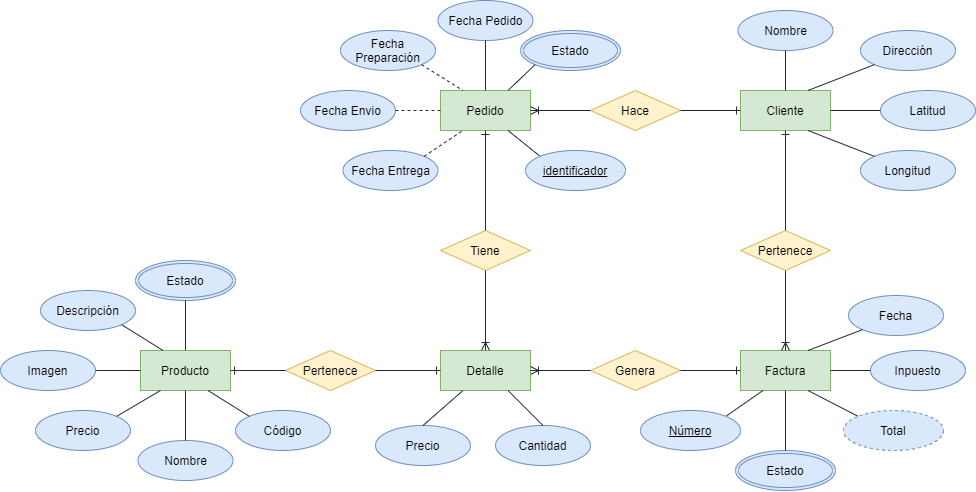
alfredo57i/ProyectoG59-03 keeps this draw.io diagram as ModeloConceptualDomicilios.drawio.png. Above is the earlier version. Source tidied: cells renumbered, new cells last; positions are measured from the earlier drawing's top-left corner, leaving out a move shared by most shapes.
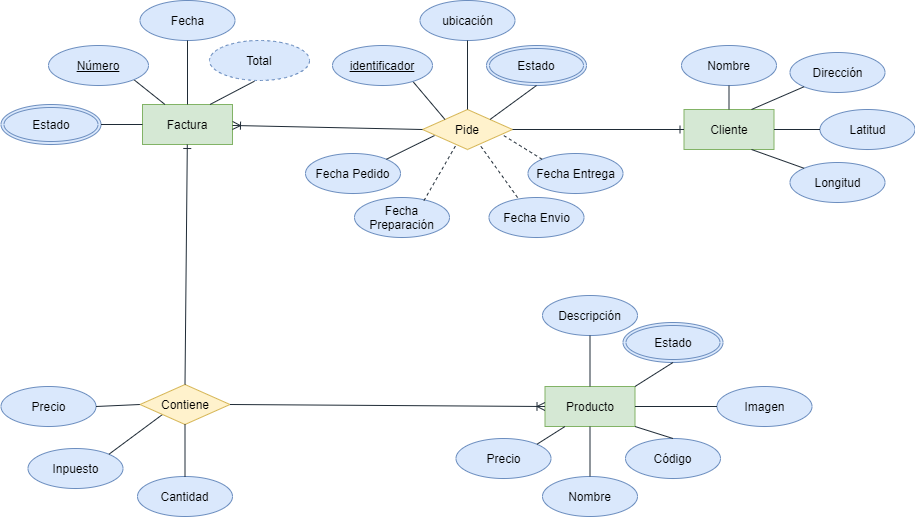
Later version of the same file.

Commit message:
Actualizacion diagrama conceputal

The edit, as a diff of the source:
```diff
@@ -5,18 +5,15 @@
     <mxCell id="2" value="Cliente" style="whiteSpace=wrap;html=1;align=center;fillColor=#d5e8d4;strokeColor=#82b366;" parent="1" vertex="1">
-      <mxGeometry x="740" y="90" width="90" height="40" as="geometry" />
+      <mxGeometry x="798.5" y="90" width="90" height="40" as="geometry" />
     </mxCell>
-    <mxCell id="3" value="Pedido" style="whiteSpace=wrap;html=1;align=center;fillColor=#d5e8d4;strokeColor=#82b366;" parent="1" vertex="1">
-      <mxGeometry x="440" y="90" width="90" height="40" as="geometry" />
-    </mxCell>
     <mxCell id="4" value="Nombre" style="ellipse;whiteSpace=wrap;html=1;align=center;fillColor=#dae8fc;strokeColor=#6c8ebf;" parent="1" vertex="1">
-      <mxGeometry x="737.5" y="10" width="95" height="40" as="geometry" />
+      <mxGeometry x="796" y="26" width="95" height="40" as="geometry" />
     </mxCell>
     <mxCell id="5" value="Dirección" style="ellipse;whiteSpace=wrap;html=1;align=center;fillColor=#dae8fc;strokeColor=#6c8ebf;" parent="1" vertex="1">
-      <mxGeometry x="860" y="30" width="95" height="40" as="geometry" />
+      <mxGeometry x="904.5" y="33" width="95" height="40" as="geometry" />
     </mxCell>
     <mxCell id="6" value="Latitud" style="ellipse;whiteSpace=wrap;html=1;align=center;fillColor=#dae8fc;strokeColor=#6c8ebf;" parent="1" vertex="1">
-      <mxGeometry x="880" y="90" width="95" height="40" as="geometry" />
+      <mxGeometry x="934.5" y="90" width="95" height="40" as="geometry" />
     </mxCell>
     <mxCell id="7" value="Longitud" style="ellipse;whiteSpace=wrap;html=1;align=center;fillColor=#dae8fc;strokeColor=#6c8ebf;" parent="1" vertex="1">
-      <mxGeometry x="860" y="150" width="95" height="40" as="geometry" />
+      <mxGeometry x="904.5" y="143" width="95" height="40" as="geometry" />
     </mxCell>
@@ -34,30 +31,27 @@
     </mxCell>
-    <mxCell id="12" value="Hace" style="shape=rhombus;perimeter=rhombusPerimeter;whiteSpace=wrap;html=1;align=center;fillColor=#fff2cc;strokeColor=#d6b656;" parent="1" vertex="1">
-      <mxGeometry x="590" y="90" width="90" height="40" as="geometry" />
+    <mxCell id="12" value="Pide" style="shape=rhombus;perimeter=rhombusPerimeter;whiteSpace=wrap;html=1;align=center;fillColor=#fff2cc;strokeColor=#d6b656;" parent="1" vertex="1">
+      <mxGeometry x="537" y="90" width="90" height="40" as="geometry" />
     </mxCell>
     <mxCell id="13" value="Factura" style="whiteSpace=wrap;html=1;align=center;fillColor=#d5e8d4;strokeColor=#82b366;" parent="1" vertex="1">
-      <mxGeometry x="740" y="350" width="90" height="40" as="geometry" />
+      <mxGeometry x="257" y="85" width="90" height="40" as="geometry" />
     </mxCell>
     <mxCell id="14" value="Fecha" style="ellipse;whiteSpace=wrap;html=1;align=center;fillColor=#dae8fc;strokeColor=#6c8ebf;" parent="1" vertex="1">
-      <mxGeometry x="848" y="295" width="95" height="40" as="geometry" />
+      <mxGeometry x="254.5" y="-19" width="95" height="40" as="geometry" />
     </mxCell>
     <mxCell id="15" value="Inpuesto" style="ellipse;whiteSpace=wrap;html=1;align=center;fillColor=#dae8fc;strokeColor=#6c8ebf;" parent="1" vertex="1">
-      <mxGeometry x="870" y="350" width="95" height="40" as="geometry" />
+      <mxGeometry x="142.5" y="429" width="95" height="40" as="geometry" />
     </mxCell>
-    <mxCell id="16" style="endArrow=none;html=1;entryX=0;entryY=1;entryDx=0;entryDy=0;exitX=0.75;exitY=0;exitDx=0;exitDy=0;fillColor=#647687;strokeColor=#1F2B36;" parent="1" edge="1" source="13" target="14">
+    <mxCell id="16" style="endArrow=none;html=1;entryX=0.5;entryY=1;entryDx=0;entryDy=0;exitX=0.5;exitY=0;exitDx=0;exitDy=0;fillColor=#647687;strokeColor=#1F2B36;" parent="1" edge="1" source="13" target="14">
       <mxGeometry relative="1" as="geometry" />
     </mxCell>
-    <mxCell id="17" style="endArrow=none;html=1;entryX=0;entryY=0.5;entryDx=0;entryDy=0;exitX=1;exitY=0.5;exitDx=0;exitDy=0;fillColor=#647687;strokeColor=#1F2B36;" parent="1" edge="1" source="13" target="15">
+    <mxCell id="17" style="endArrow=none;html=1;entryX=1;entryY=0;entryDx=0;entryDy=0;fillColor=#647687;strokeColor=#1F2B36;exitX=0;exitY=1;exitDx=0;exitDy=0;" parent="1" edge="1" source="43" target="15">
       <mxGeometry relative="1" as="geometry" />
     </mxCell>
-    <mxCell id="18" style="endArrow=none;html=1;entryX=0.75;entryY=1;entryDx=0;entryDy=0;exitX=0;exitY=0;exitDx=0;exitDy=0;fillColor=#647687;strokeColor=#1F2B36;" parent="1" edge="1" source="67" target="13">
+    <mxCell id="18" style="endArrow=none;html=1;entryX=0.75;entryY=0;entryDx=0;entryDy=0;fillColor=#647687;strokeColor=#1F2B36;exitX=0.449;exitY=1.018;exitDx=0;exitDy=0;exitPerimeter=0;" parent="1" edge="1" source="67" target="13">
       <mxGeometry relative="1" as="geometry" />
     </mxCell>
-    <mxCell id="19" value="Detalle" style="whiteSpace=wrap;html=1;align=center;fillColor=#d5e8d4;strokeColor=#82b366;" parent="1" vertex="1">
-      <mxGeometry x="440" y="350" width="90" height="40" as="geometry" />
-    </mxCell>
     <mxCell id="20" value="Precio" style="ellipse;whiteSpace=wrap;html=1;align=center;fillColor=#dae8fc;strokeColor=#6c8ebf;" parent="1" vertex="1">
-      <mxGeometry x="375" y="425" width="95" height="40" as="geometry" />
+      <mxGeometry x="115.5" y="367" width="95" height="40" as="geometry" />
     </mxCell>
-    <mxCell id="21" style="endArrow=none;html=1;entryX=0.25;entryY=1;entryDx=0;entryDy=0;fillColor=#647687;strokeColor=#1F2B36;exitX=0.5;exitY=0;exitDx=0;exitDy=0;" parent="1" edge="1" source="20" target="19">
+    <mxCell id="21" style="endArrow=none;html=1;entryX=0;entryY=0.5;entryDx=0;entryDy=0;fillColor=#647687;strokeColor=#1F2B36;exitX=1;exitY=0.5;exitDx=0;exitDy=0;" parent="1" edge="1" source="20" target="43">
       <mxGeometry relative="1" as="geometry" />
@@ -65,5 +59,5 @@
     <mxCell id="22" value="Fecha Pedido" style="ellipse;whiteSpace=wrap;html=1;align=center;fillColor=#dae8fc;strokeColor=#6c8ebf;" parent="1" vertex="1">
-      <mxGeometry x="437.5" width="95" height="40" as="geometry" />
+      <mxGeometry x="420" y="134" width="95" height="40" as="geometry" />
     </mxCell>
-    <mxCell id="23" style="endArrow=none;html=1;exitX=0.5;exitY=1;exitDx=0;exitDy=0;entryX=0.5;entryY=0;entryDx=0;entryDy=0;fillColor=#647687;strokeColor=#1F2B36;" parent="1" edge="1" source="22" target="3">
+    <mxCell id="23" style="endArrow=none;html=1;exitX=1;exitY=0;exitDx=0;exitDy=0;entryX=0.133;entryY=0.652;entryDx=0;entryDy=0;fillColor=#647687;strokeColor=#1F2B36;entryPerimeter=0;" parent="1" edge="1" source="22" target="12">
       <mxGeometry relative="1" as="geometry" />
@@ -71,11 +65,11 @@
     <mxCell id="24" value="Fecha Preparación" style="ellipse;whiteSpace=wrap;html=1;align=center;fillColor=#dae8fc;strokeColor=#6c8ebf;" parent="1" vertex="1">
-      <mxGeometry x="340" y="30" width="95" height="40" as="geometry" />
+      <mxGeometry x="469" y="178" width="95" height="40" as="geometry" />
     </mxCell>
     <mxCell id="25" value="Fecha Envio" style="ellipse;whiteSpace=wrap;html=1;align=center;fillColor=#dae8fc;strokeColor=#6c8ebf;" parent="1" vertex="1">
-      <mxGeometry x="300" y="90" width="95" height="40" as="geometry" />
+      <mxGeometry x="603.5" y="178" width="95" height="40" as="geometry" />
     </mxCell>
     <mxCell id="26" value="Estado" style="ellipse;shape=doubleEllipse;margin=3;whiteSpace=wrap;html=1;align=center;fillColor=#dae8fc;strokeColor=#6c8ebf;" parent="1" vertex="1">
-      <mxGeometry x="520" y="30" width="100" height="40" as="geometry" />
+      <mxGeometry x="601" y="26" width="100" height="40" as="geometry" />
     </mxCell>
-    <mxCell id="27" style="endArrow=none;html=1;entryX=0.75;entryY=0;entryDx=0;entryDy=0;exitX=0;exitY=1;exitDx=0;exitDy=0;fillColor=#647687;strokeColor=#1F2B36;" parent="1" edge="1" source="26" target="3">
+    <mxCell id="27" style="endArrow=none;html=1;entryX=1;entryY=0;entryDx=0;entryDy=0;exitX=0.5;exitY=1;exitDx=0;exitDy=0;fillColor=#647687;strokeColor=#1F2B36;" parent="1" edge="1" source="26" target="12">
       <mxGeometry relative="1" as="geometry" />
@@ -83,32 +77,26 @@
     <mxCell id="28" value="Fecha Entrega" style="ellipse;whiteSpace=wrap;html=1;align=center;fillColor=#dae8fc;strokeColor=#6c8ebf;" parent="1" vertex="1">
-      <mxGeometry x="342.5" y="150" width="95" height="40" as="geometry" />
+      <mxGeometry x="642.5" y="134" width="95" height="40" as="geometry" />
     </mxCell>
-    <mxCell id="29" style="endArrow=none;html=1;exitX=1;exitY=1;exitDx=0;exitDy=0;entryX=0.25;entryY=0;entryDx=0;entryDy=0;fillColor=#647687;strokeColor=#1F2B36;dashed=1;" parent="1" edge="1" source="24" target="3">
+    <mxCell id="29" style="endArrow=none;html=1;exitX=0.731;exitY=0.077;exitDx=0;exitDy=0;fillColor=#647687;strokeColor=#1F2B36;dashed=1;entryX=0.372;entryY=0.889;entryDx=0;entryDy=0;entryPerimeter=0;exitPerimeter=0;" parent="1" edge="1" source="24" target="12">
       <mxGeometry relative="1" as="geometry" />
     </mxCell>
-    <mxCell id="30" style="endArrow=none;html=1;exitX=1;exitY=0.5;exitDx=0;exitDy=0;entryX=0;entryY=0.5;entryDx=0;entryDy=0;fillColor=#647687;strokeColor=#1F2B36;dashed=1;" parent="1" edge="1" source="25" target="3">
+    <mxCell id="30" style="endArrow=none;html=1;entryX=0.639;entryY=0.891;entryDx=0;entryDy=0;fillColor=#647687;strokeColor=#1F2B36;dashed=1;entryPerimeter=0;exitX=0.301;exitY=0.002;exitDx=0;exitDy=0;exitPerimeter=0;" parent="1" edge="1" source="25" target="12">
       <mxGeometry relative="1" as="geometry" />
     </mxCell>
-    <mxCell id="31" style="endArrow=none;html=1;exitX=1;exitY=0;exitDx=0;exitDy=0;entryX=0.25;entryY=1;entryDx=0;entryDy=0;fillColor=#647687;strokeColor=#1F2B36;dashed=1;" parent="1" edge="1" source="28" target="3">
+    <mxCell id="31" style="endArrow=none;html=1;exitX=0;exitY=0;exitDx=0;exitDy=0;entryX=0.885;entryY=0.627;entryDx=0;entryDy=0;fillColor=#647687;strokeColor=#1F2B36;dashed=1;entryPerimeter=0;" parent="1" edge="1" source="28" target="12">
       <mxGeometry relative="1" as="geometry" />
     </mxCell>
-    <mxCell id="32" value="Genera" style="shape=rhombus;perimeter=rhombusPerimeter;whiteSpace=wrap;html=1;align=center;fillColor=#fff2cc;strokeColor=#d6b656;" parent="1" vertex="1">
-      <mxGeometry x="590" y="350" width="90" height="40" as="geometry" />
-    </mxCell>
-    <mxCell id="33" value="Tiene" style="shape=rhombus;perimeter=rhombusPerimeter;whiteSpace=wrap;html=1;align=center;fillColor=#fff2cc;strokeColor=#d6b656;" parent="1" vertex="1">
-      <mxGeometry x="440" y="230" width="90" height="40" as="geometry" />
-    </mxCell>
     <mxCell id="34" value="Producto" style="whiteSpace=wrap;html=1;align=center;fillColor=#d5e8d4;strokeColor=#82b366;" parent="1" vertex="1">
-      <mxGeometry x="140" y="350" width="90" height="40" as="geometry" />
+      <mxGeometry x="659.5" y="367" width="90" height="40" as="geometry" />
     </mxCell>
     <mxCell id="35" value="Descripción" style="ellipse;whiteSpace=wrap;html=1;align=center;fillColor=#dae8fc;strokeColor=#6c8ebf;" parent="1" vertex="1">
-      <mxGeometry x="40" y="290" width="95" height="40" as="geometry" />
+      <mxGeometry x="657" y="276" width="95" height="40" as="geometry" />
     </mxCell>
     <mxCell id="36" value="Imagen" style="ellipse;whiteSpace=wrap;html=1;align=center;fillColor=#dae8fc;strokeColor=#6c8ebf;" parent="1" vertex="1">
-      <mxGeometry y="350" width="95" height="40" as="geometry" />
+      <mxGeometry x="831.5" y="367" width="95" height="40" as="geometry" />
     </mxCell>
     <mxCell id="37" value="Estado" style="ellipse;shape=doubleEllipse;margin=3;whiteSpace=wrap;html=1;align=center;fillColor=#dae8fc;strokeColor=#6c8ebf;" parent="1" vertex="1">
-      <mxGeometry x="135" y="260" width="100" height="40" as="geometry" />
+      <mxGeometry x="737.5" y="303" width="100" height="40" as="geometry" />
     </mxCell>
-    <mxCell id="38" style="endArrow=none;html=1;entryX=0.5;entryY=0;entryDx=0;entryDy=0;exitX=0.5;exitY=1;exitDx=0;exitDy=0;fillColor=#647687;strokeColor=#1F2B36;" parent="1" edge="1" source="37" target="34">
+    <mxCell id="38" style="endArrow=none;html=1;entryX=1;entryY=0;entryDx=0;entryDy=0;exitX=0.5;exitY=1;exitDx=0;exitDy=0;fillColor=#647687;strokeColor=#1F2B36;" parent="1" edge="1" source="37" target="34">
       <mxGeometry relative="1" as="geometry" />
@@ -116,8 +104,8 @@
     <mxCell id="39" value="Precio" style="ellipse;whiteSpace=wrap;html=1;align=center;fillColor=#dae8fc;strokeColor=#6c8ebf;" parent="1" vertex="1">
-      <mxGeometry x="35" y="410" width="95" height="40" as="geometry" />
+      <mxGeometry x="570.5" y="419" width="95" height="40" as="geometry" />
     </mxCell>
-    <mxCell id="40" style="endArrow=none;html=1;exitX=1;exitY=1;exitDx=0;exitDy=0;entryX=0.25;entryY=0;entryDx=0;entryDy=0;fillColor=#647687;strokeColor=#1F2B36;" parent="1" edge="1" source="35" target="34">
+    <mxCell id="40" style="endArrow=none;html=1;entryX=0.5;entryY=0;entryDx=0;entryDy=0;fillColor=#647687;strokeColor=#1F2B36;" parent="1" edge="1" source="35" target="34">
       <mxGeometry relative="1" as="geometry" />
     </mxCell>
-    <mxCell id="41" style="endArrow=none;html=1;exitX=1;exitY=0.5;exitDx=0;exitDy=0;entryX=0;entryY=0.5;entryDx=0;entryDy=0;fillColor=#647687;strokeColor=#1F2B36;" parent="1" edge="1" source="36" target="34">
+    <mxCell id="41" style="endArrow=none;html=1;exitX=0;exitY=0.5;exitDx=0;exitDy=0;entryX=1;entryY=0.5;entryDx=0;entryDy=0;fillColor=#647687;strokeColor=#1F2B36;" parent="1" edge="1" source="36" target="34">
       <mxGeometry relative="1" as="geometry" />
@@ -127,11 +115,8 @@
     </mxCell>
-    <mxCell id="43" value="Pertenece" style="shape=rhombus;perimeter=rhombusPerimeter;whiteSpace=wrap;html=1;align=center;fillColor=#fff2cc;strokeColor=#d6b656;" parent="1" vertex="1">
-      <mxGeometry x="285" y="350" width="90" height="40" as="geometry" />
+    <mxCell id="43" value="Contiene" style="shape=rhombus;perimeter=rhombusPerimeter;whiteSpace=wrap;html=1;align=center;fillColor=#fff2cc;strokeColor=#d6b656;" parent="1" vertex="1">
+      <mxGeometry x="254.5" y="365" width="90" height="40" as="geometry" />
     </mxCell>
-    <mxCell id="44" style="fontSize=12;html=1;endArrow=ERoneToMany;entryX=1;entryY=0.5;entryDx=0;entryDy=0;exitX=0;exitY=0.5;exitDx=0;exitDy=0;fillColor=#647687;strokeColor=#1F2B36;" parent="1" edge="1" source="32" target="19">
+    <mxCell id="44" style="fontSize=12;html=1;endArrow=ERoneToMany;fillColor=#647687;strokeColor=#1F2B36;exitX=1;exitY=0.5;exitDx=0;exitDy=0;entryX=0;entryY=0.5;entryDx=0;entryDy=0;" parent="1" edge="1" source="43" target="34">
       <mxGeometry relative="1" as="geometry" />
     </mxCell>
-    <mxCell id="45" style="fontSize=12;html=1;endArrow=ERone;endFill=1;exitX=0;exitY=0.5;exitDx=0;exitDy=0;fillColor=#647687;strokeColor=#1F2B36;entryX=1;entryY=0.5;entryDx=0;entryDy=0;" parent="1" edge="1" source="43" target="34">
-      <mxGeometry relative="1" as="geometry" />
-    </mxCell>
     <mxCell id="46" style="fontSize=12;html=1;endArrow=ERone;endFill=1;entryX=0;entryY=0.5;entryDx=0;entryDy=0;fillColor=#647687;strokeColor=#1F2B36;exitX=1;exitY=0.5;exitDx=0;exitDy=0;" parent="1" edge="1" source="12" target="2">
@@ -139,21 +124,9 @@
     </mxCell>
-    <mxCell id="47" style="fontSize=12;html=1;endArrow=ERoneToMany;exitX=0;exitY=0.5;exitDx=0;exitDy=0;fillColor=#647687;strokeColor=#1F2B36;entryX=1;entryY=0.5;entryDx=0;entryDy=0;" parent="1" edge="1" source="12" target="3">
-      <mxGeometry relative="1" as="geometry" />
-    </mxCell>
-    <mxCell id="48" style="fontSize=12;html=1;endArrow=ERoneToMany;entryX=0.5;entryY=0;entryDx=0;entryDy=0;exitX=0.5;exitY=1;exitDx=0;exitDy=0;fillColor=#647687;strokeColor=#1F2B36;" parent="1" edge="1" source="33" target="19">
-      <mxGeometry relative="1" as="geometry" />
-    </mxCell>
-    <mxCell id="49" style="fontSize=12;html=1;endArrow=ERone;endFill=1;fillColor=#647687;strokeColor=#1F2B36;entryX=0;entryY=0.5;entryDx=0;entryDy=0;exitX=1;exitY=0.5;exitDx=0;exitDy=0;" parent="1" edge="1" source="43" target="19">
+    <mxCell id="49" style="fontSize=12;html=1;endArrow=ERone;endFill=1;fillColor=#647687;strokeColor=#1F2B36;exitX=0.5;exitY=0;exitDx=0;exitDy=0;" parent="1" edge="1" source="43" target="13">
       <mxGeometry relative="1" as="geometry" />
     </mxCell>
-    <mxCell id="50" style="fontSize=12;html=1;endArrow=ERone;endFill=1;exitX=0.5;exitY=0;exitDx=0;exitDy=0;entryX=0.5;entryY=1;entryDx=0;entryDy=0;fillColor=#647687;strokeColor=#1F2B36;" parent="1" edge="1" source="33" target="3">
-      <mxGeometry relative="1" as="geometry" />
-    </mxCell>
-    <mxCell id="51" style="fontSize=12;html=1;endArrow=ERone;endFill=1;entryX=0;entryY=0.5;entryDx=0;entryDy=0;exitX=1;exitY=0.5;exitDx=0;exitDy=0;fillColor=#647687;strokeColor=#1F2B36;" parent="1" edge="1" source="32" target="13">
-      <mxGeometry relative="1" as="geometry" />
-    </mxCell>
     <mxCell id="52" value="Cantidad" style="ellipse;whiteSpace=wrap;html=1;align=center;fillColor=#dae8fc;strokeColor=#6c8ebf;" parent="1" vertex="1">
-      <mxGeometry x="495" y="425" width="95" height="40" as="geometry" />
+      <mxGeometry x="252" y="457" width="95" height="40" as="geometry" />
     </mxCell>
-    <mxCell id="53" style="endArrow=none;html=1;entryX=0.75;entryY=1;entryDx=0;entryDy=0;exitX=0.5;exitY=0;exitDx=0;exitDy=0;fillColor=#647687;strokeColor=#1F2B36;" parent="1" edge="1" source="52" target="19">
+    <mxCell id="53" style="endArrow=none;html=1;entryX=0.5;entryY=1;entryDx=0;entryDy=0;exitX=0.5;exitY=0;exitDx=0;exitDy=0;fillColor=#647687;strokeColor=#1F2B36;" parent="1" edge="1" source="52" target="43">
       <mxGeometry relative="1" as="geometry" />
@@ -161,5 +134,5 @@
     <mxCell id="54" value="Estado" style="ellipse;shape=doubleEllipse;margin=3;whiteSpace=wrap;html=1;align=center;fillColor=#dae8fc;strokeColor=#6c8ebf;" parent="1" vertex="1">
-      <mxGeometry x="735" y="450" width="100" height="40" as="geometry" />
+      <mxGeometry x="115.5" y="85" width="100" height="40" as="geometry" />
     </mxCell>
-    <mxCell id="55" style="endArrow=none;html=1;entryX=0.5;entryY=0;entryDx=0;entryDy=0;fillColor=#647687;strokeColor=#1F2B36;exitX=0.5;exitY=1;exitDx=0;exitDy=0;" parent="1" edge="1" source="13" target="54">
+    <mxCell id="55" style="endArrow=none;html=1;entryX=1;entryY=0.5;entryDx=0;entryDy=0;fillColor=#647687;strokeColor=#1F2B36;exitX=0;exitY=0.5;exitDx=0;exitDy=0;" parent="1" edge="1" source="13" target="54">
       <mxGeometry relative="1" as="geometry" />
@@ -167,3 +140,3 @@
     <mxCell id="56" value="Nombre" style="ellipse;whiteSpace=wrap;html=1;align=center;fillColor=#dae8fc;strokeColor=#6c8ebf;" parent="1" vertex="1">
-      <mxGeometry x="137.5" y="440" width="95" height="40" as="geometry" />
+      <mxGeometry x="657" y="457" width="95" height="40" as="geometry" />
     </mxCell>
@@ -172,12 +145,3 @@
     </mxCell>
-    <mxCell id="58" value="Pertenece" style="shape=rhombus;perimeter=rhombusPerimeter;whiteSpace=wrap;html=1;align=center;fillColor=#fff2cc;strokeColor=#d6b656;" parent="1" vertex="1">
-      <mxGeometry x="740" y="230" width="90" height="40" as="geometry" />
-    </mxCell>
-    <mxCell id="59" style="fontSize=12;html=1;endArrow=ERoneToMany;exitX=0.5;exitY=1;exitDx=0;exitDy=0;fillColor=#647687;strokeColor=#1F2B36;entryX=0.5;entryY=0;entryDx=0;entryDy=0;" parent="1" edge="1" source="58" target="13">
-      <mxGeometry relative="1" as="geometry" />
-    </mxCell>
-    <mxCell id="60" style="fontSize=12;html=1;endArrow=ERone;endFill=1;exitX=0.5;exitY=0;exitDx=0;exitDy=0;fillColor=#647687;strokeColor=#1F2B36;entryX=0.5;entryY=1;entryDx=0;entryDy=0;" parent="1" edge="1" source="58" target="2">
-      <mxGeometry relative="1" as="geometry" />
-    </mxCell>
-    <mxCell id="61" style="endArrow=none;html=1;entryX=0.25;entryY=1;entryDx=0;entryDy=0;exitX=1;exitY=0;exitDx=0;exitDy=0;fillColor=#647687;strokeColor=#1F2B36;" parent="1" edge="1" source="62" target="13">
+    <mxCell id="61" style="endArrow=none;html=1;entryX=0.25;entryY=0;entryDx=0;entryDy=0;exitX=1;exitY=1;exitDx=0;exitDy=0;fillColor=#647687;strokeColor=#1F2B36;" parent="1" edge="1" source="62" target="13">
       <mxGeometry relative="1" as="geometry" />
@@ -185,11 +149,11 @@
     <mxCell id="62" value="Número" style="ellipse;whiteSpace=wrap;html=1;align=center;fontStyle=4;fillColor=#dae8fc;strokeColor=#6c8ebf;" parent="1" vertex="1">
-      <mxGeometry x="640" y="410" width="100" height="40" as="geometry" />
+      <mxGeometry x="163" y="26" width="100" height="40" as="geometry" />
     </mxCell>
     <mxCell id="63" value="Código" style="ellipse;whiteSpace=wrap;html=1;align=center;fillColor=#dae8fc;strokeColor=#6c8ebf;" parent="1" vertex="1">
-      <mxGeometry x="235" y="410" width="95" height="40" as="geometry" />
+      <mxGeometry x="740" y="419" width="95" height="40" as="geometry" />
     </mxCell>
-    <mxCell id="64" style="endArrow=none;html=1;exitX=0;exitY=0;exitDx=0;exitDy=0;entryX=0.75;entryY=1;entryDx=0;entryDy=0;fillColor=#647687;strokeColor=#1F2B36;" parent="1" edge="1" source="63" target="34">
+    <mxCell id="64" style="endArrow=none;html=1;exitX=0.5;exitY=0;exitDx=0;exitDy=0;entryX=1;entryY=1;entryDx=0;entryDy=0;fillColor=#647687;strokeColor=#1F2B36;" parent="1" edge="1" source="63" target="34">
       <mxGeometry relative="1" as="geometry" />
     </mxCell>
-    <mxCell id="65" style="endArrow=none;html=1;exitX=0;exitY=0;exitDx=0;exitDy=0;entryX=0.75;entryY=1;entryDx=0;entryDy=0;fillColor=#647687;strokeColor=#1F2B36;" parent="1" edge="1" source="66" target="3">
+    <mxCell id="65" style="endArrow=none;html=1;entryX=0;entryY=0;entryDx=0;entryDy=0;fillColor=#647687;strokeColor=#1F2B36;exitX=0.5;exitY=0;exitDx=0;exitDy=0;" parent="1" edge="1" source="66" target="12">
       <mxGeometry relative="1" as="geometry" />
@@ -197,7 +161,16 @@
     <mxCell id="66" value="identificador" style="ellipse;whiteSpace=wrap;html=1;align=center;fontStyle=4;fillColor=#dae8fc;strokeColor=#6c8ebf;" parent="1" vertex="1">
-      <mxGeometry x="525" y="150" width="100" height="40" as="geometry" />
+      <mxGeometry x="447" y="26" width="100" height="40" as="geometry" />
     </mxCell>
     <mxCell id="67" value="Total" style="ellipse;whiteSpace=wrap;html=1;align=center;dashed=1;fillColor=#dae8fc;strokeColor=#6c8ebf;" parent="1" vertex="1">
-      <mxGeometry x="843" y="410" width="100" height="40" as="geometry" />
+      <mxGeometry x="324" y="21" width="100" height="40" as="geometry" />
     </mxCell>
+    <mxCell id="68" style="fontSize=12;html=1;endArrow=ERoneToMany;fillColor=#647687;strokeColor=#1F2B36;exitX=0;exitY=0.5;exitDx=0;exitDy=0;" parent="1" edge="1" source="12" target="13">
+      <mxGeometry relative="1" as="geometry" />
+    </mxCell>
+    <mxCell id="69" value="ubicación" style="ellipse;whiteSpace=wrap;html=1;align=center;fillColor=#dae8fc;strokeColor=#6c8ebf;" parent="1" vertex="1">
+      <mxGeometry x="534.5" y="-19" width="95" height="40" as="geometry" />
+    </mxCell>
+    <mxCell id="70" style="endArrow=none;html=1;exitX=0.5;exitY=1;exitDx=0;exitDy=0;entryX=0.5;entryY=0;entryDx=0;entryDy=0;fillColor=#647687;strokeColor=#1F2B36;" parent="1" edge="1" source="69" target="12">
+      <mxGeometry relative="1" as="geometry" />
+    </mxCell>
   </root>
```
